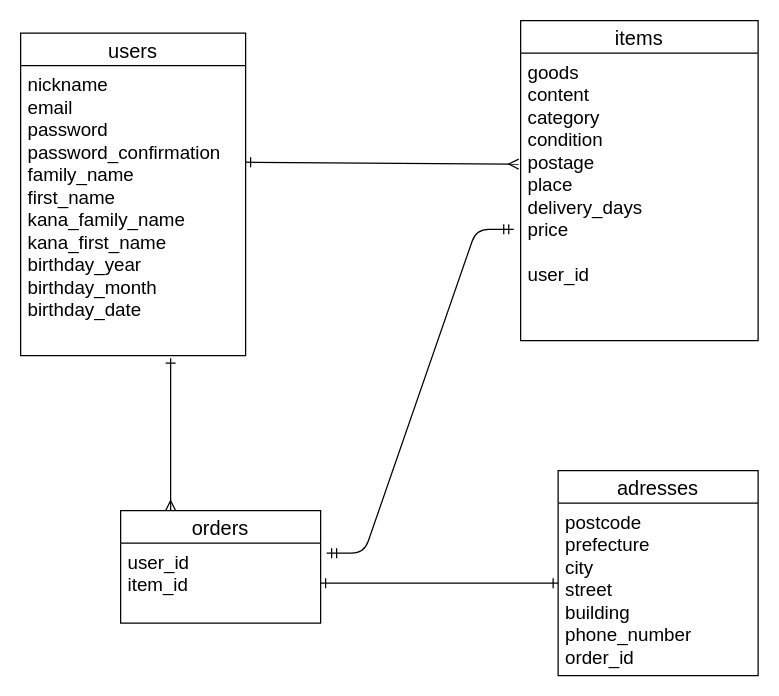
Earlier version of the draw.io diagram er.dio (snocoh/furima-38972). Source tidied: cells renumbered, new cells numbered last; positions are measured from the earlier drawing's top-left corner, leaving out a move shared by most shapes. Both pictures are drawn from the tidied source at 125%, with x=0, y=0 at pixel (20, 20).
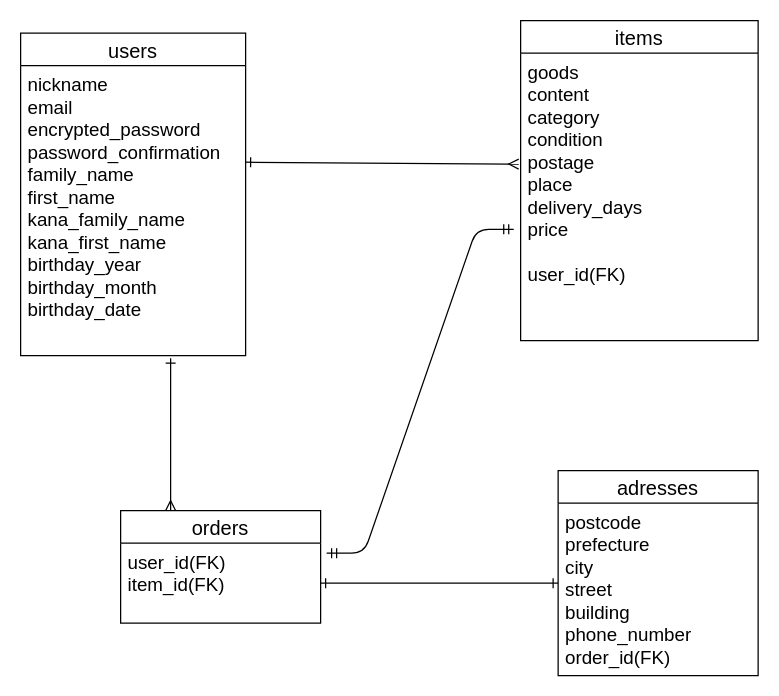
After the change.

Commit message (it also covers changes not shown here):
encrypted_passwordカラムに変更

Diff of the diagram source:
```diff
@@
 <mxGraphModel>
   <root>
     <mxCell id="0" />
     <mxCell id="1" parent="0" />
     <mxCell id="2" value="users" style="swimlane;fontStyle=0;horizontal=1;startSize=26;align=center;fontSize=16;" parent="1" vertex="1">
       <mxGeometry y="10" width="180" height="258" as="geometry" />
     </mxCell>
     <mxCell id="3" value="items" style="swimlane;fontStyle=0;horizontal=1;startSize=26;align=center;fontSize=16;" parent="1" vertex="1">
       <mxGeometry x="400" width="190" height="256" as="geometry" />
     </mxCell>
-    <mxCell id="4" value="goods&#10;content&#10;category&#10;condition&#10;postage&#10;place&#10;delivery_days&#10;price&#10;&#10;user_id&#10;" style="text;strokeColor=none;fillColor=none;spacingLeft=4;spacingRight=4;overflow=hidden;points=[[0,0.5],[1,0.5]];portConstraint=eastwest;fontSize=15;" parent="3" vertex="1">
+    <mxCell id="4" value="goods&#10;content&#10;category&#10;condition&#10;postage&#10;place&#10;delivery_days&#10;price&#10;&#10;user_id(FK)&#10;" style="text;strokeColor=none;fillColor=none;spacingLeft=4;spacingRight=4;overflow=hidden;points=[[0,0.5],[1,0.5]];portConstraint=eastwest;fontSize=15;" parent="3" vertex="1">
       <mxGeometry y="26" width="190" height="230" as="geometry" />
     </mxCell>
     <mxCell id="5" value="orders" style="swimlane;fontStyle=0;horizontal=1;startSize=26;align=center;fontSize=16;" parent="1" vertex="1">
       <mxGeometry x="80" y="392" width="160" height="90" as="geometry" />
     </mxCell>
-    <mxCell id="6" value="user_id&#10;item_id" style="text;strokeColor=none;fillColor=none;spacingLeft=4;spacingRight=4;overflow=hidden;points=[[0,0.5],[1,0.5]];portConstraint=eastwest;fontSize=15;" parent="5" vertex="1">
+    <mxCell id="6" value="user_id(FK)&#10;item_id(FK)" style="text;strokeColor=none;fillColor=none;spacingLeft=4;spacingRight=4;overflow=hidden;points=[[0,0.5],[1,0.5]];portConstraint=eastwest;fontSize=15;" parent="5" vertex="1">
       <mxGeometry y="26" width="160" height="64" as="geometry" />
     </mxCell>
     <mxCell id="7" value="adresses" style="swimlane;fontStyle=0;horizontal=1;startSize=26;align=center;fontSize=16;" parent="1" vertex="1">
       <mxGeometry x="430" y="360" width="160" height="164" as="geometry" />
     </mxCell>
-    <mxCell id="8" value="postcode&#10;prefecture&#10;city&#10;street&#10;building&#10;phone_number&#10;order_id" style="text;strokeColor=none;fillColor=none;spacingLeft=4;spacingRight=4;overflow=hidden;fontSize=15;" parent="7" vertex="1">
+    <mxCell id="8" value="postcode&#10;prefecture&#10;city&#10;street&#10;building&#10;phone_number&#10;order_id(FK)" style="text;strokeColor=none;fillColor=none;spacingLeft=4;spacingRight=4;overflow=hidden;fontSize=15;" parent="7" vertex="1">
       <mxGeometry y="26" width="160" height="138" as="geometry" />
     </mxCell>
-    <mxCell id="9" value="nickname&#10;email&#10;password&#10;password_confirmation&#10;family_name&#10;first_name&#10;kana_family_name&#10;kana_first_name&#10;birthday_year&#10;birthday_month&#10;birthday_date" style="text;strokeColor=none;fillColor=none;spacingLeft=4;spacingRight=4;overflow=hidden;points=[[0,0.5],[1,0.5]];portConstraint=eastwest;fontSize=15;" parent="1" vertex="1">
+    <mxCell id="9" value="nickname&#10;email&#10;encrypted_password&#10;password_confirmation&#10;family_name&#10;first_name&#10;kana_family_name&#10;kana_first_name&#10;birthday_year&#10;birthday_month&#10;birthday_date" style="text;strokeColor=none;fillColor=none;spacingLeft=4;spacingRight=4;overflow=hidden;points=[[0,0.5],[1,0.5]];portConstraint=eastwest;fontSize=15;" parent="1" vertex="1">
       <mxGeometry y="36" width="180" height="232" as="geometry" />
     </mxCell>
     <mxCell id="10" style="edgeStyle=entityRelationEdgeStyle;fontSize=12;html=1;endArrow=ERmandOne;startArrow=ERmandOne;entryX=-0.029;entryY=0.613;entryDx=0;entryDy=0;entryPerimeter=0;exitX=1.03;exitY=0.125;exitDx=0;exitDy=0;exitPerimeter=0;" parent="1" edge="1" source="6" target="4">
       <mxGeometry relative="1" as="geometry" />
     </mxCell>
     <mxCell id="11" style="endArrow=ERone;html=1;rounded=0;startArrow=ERmany;startFill=0;exitX=0.25;exitY=0;exitDx=0;exitDy=0;endFill=0;" parent="1" edge="1" source="5">
       <mxGeometry relative="1" as="geometry">
         <mxPoint x="120" y="270" as="targetPoint" />
       </mxGeometry>
     </mxCell>
     <mxCell id="12" style="endArrow=ERmany;html=1;rounded=0;entryX=-0.008;entryY=0.386;entryDx=0;entryDy=0;entryPerimeter=0;endFill=0;exitX=1;exitY=0.333;exitDx=0;exitDy=0;exitPerimeter=0;startArrow=ERone;startFill=0;" parent="1" edge="1" source="9" target="4">
       <mxGeometry relative="1" as="geometry" />
     </mxCell>
     <mxCell id="13" style="endArrow=ERone;html=1;rounded=0;startArrow=ERone;startFill=0;endFill=0;" parent="1" edge="1">
       <mxGeometry relative="1" as="geometry">
         <mxPoint x="240" y="450" as="sourcePoint" />
         <mxPoint x="430" y="450" as="targetPoint" />
       </mxGeometry>
     </mxCell>
   </root>
 </mxGraphModel>
```
